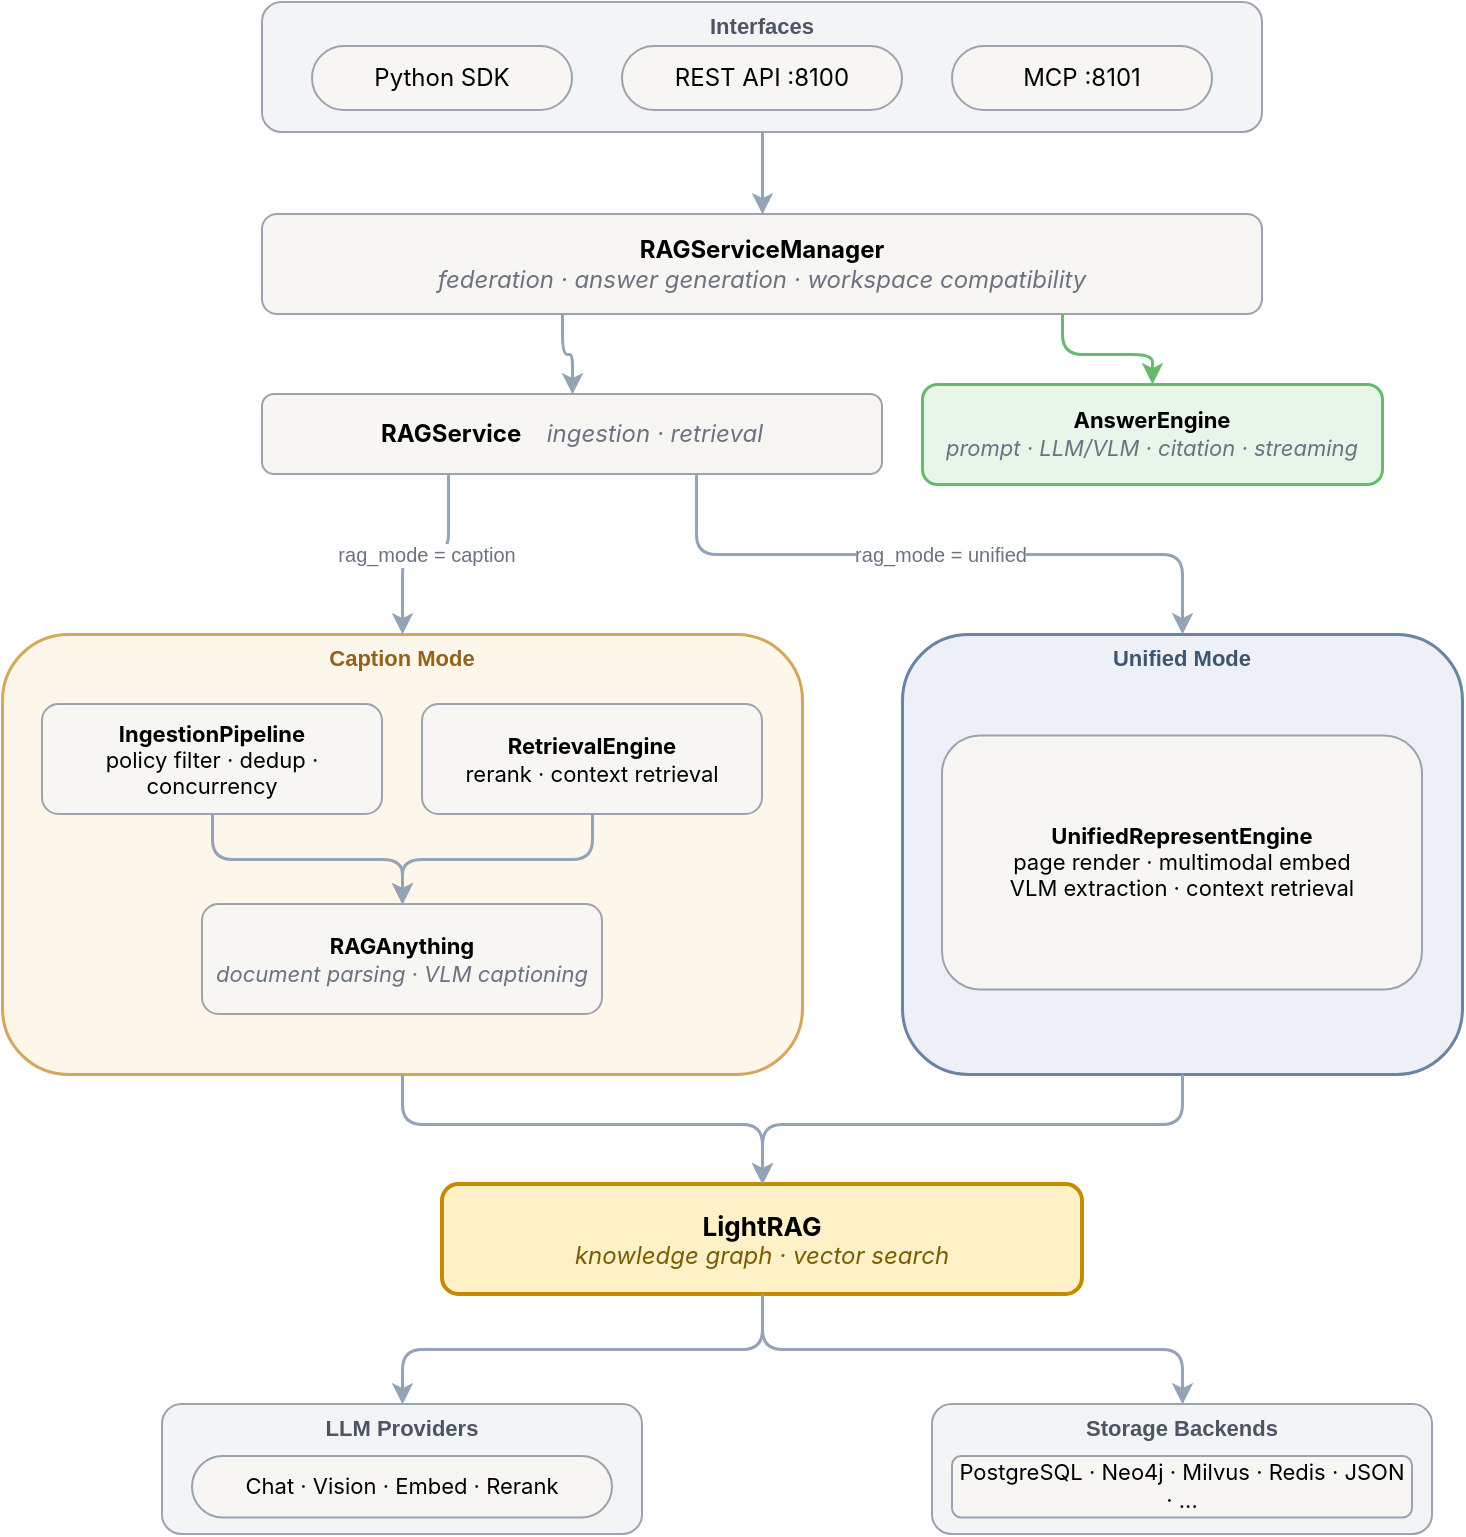
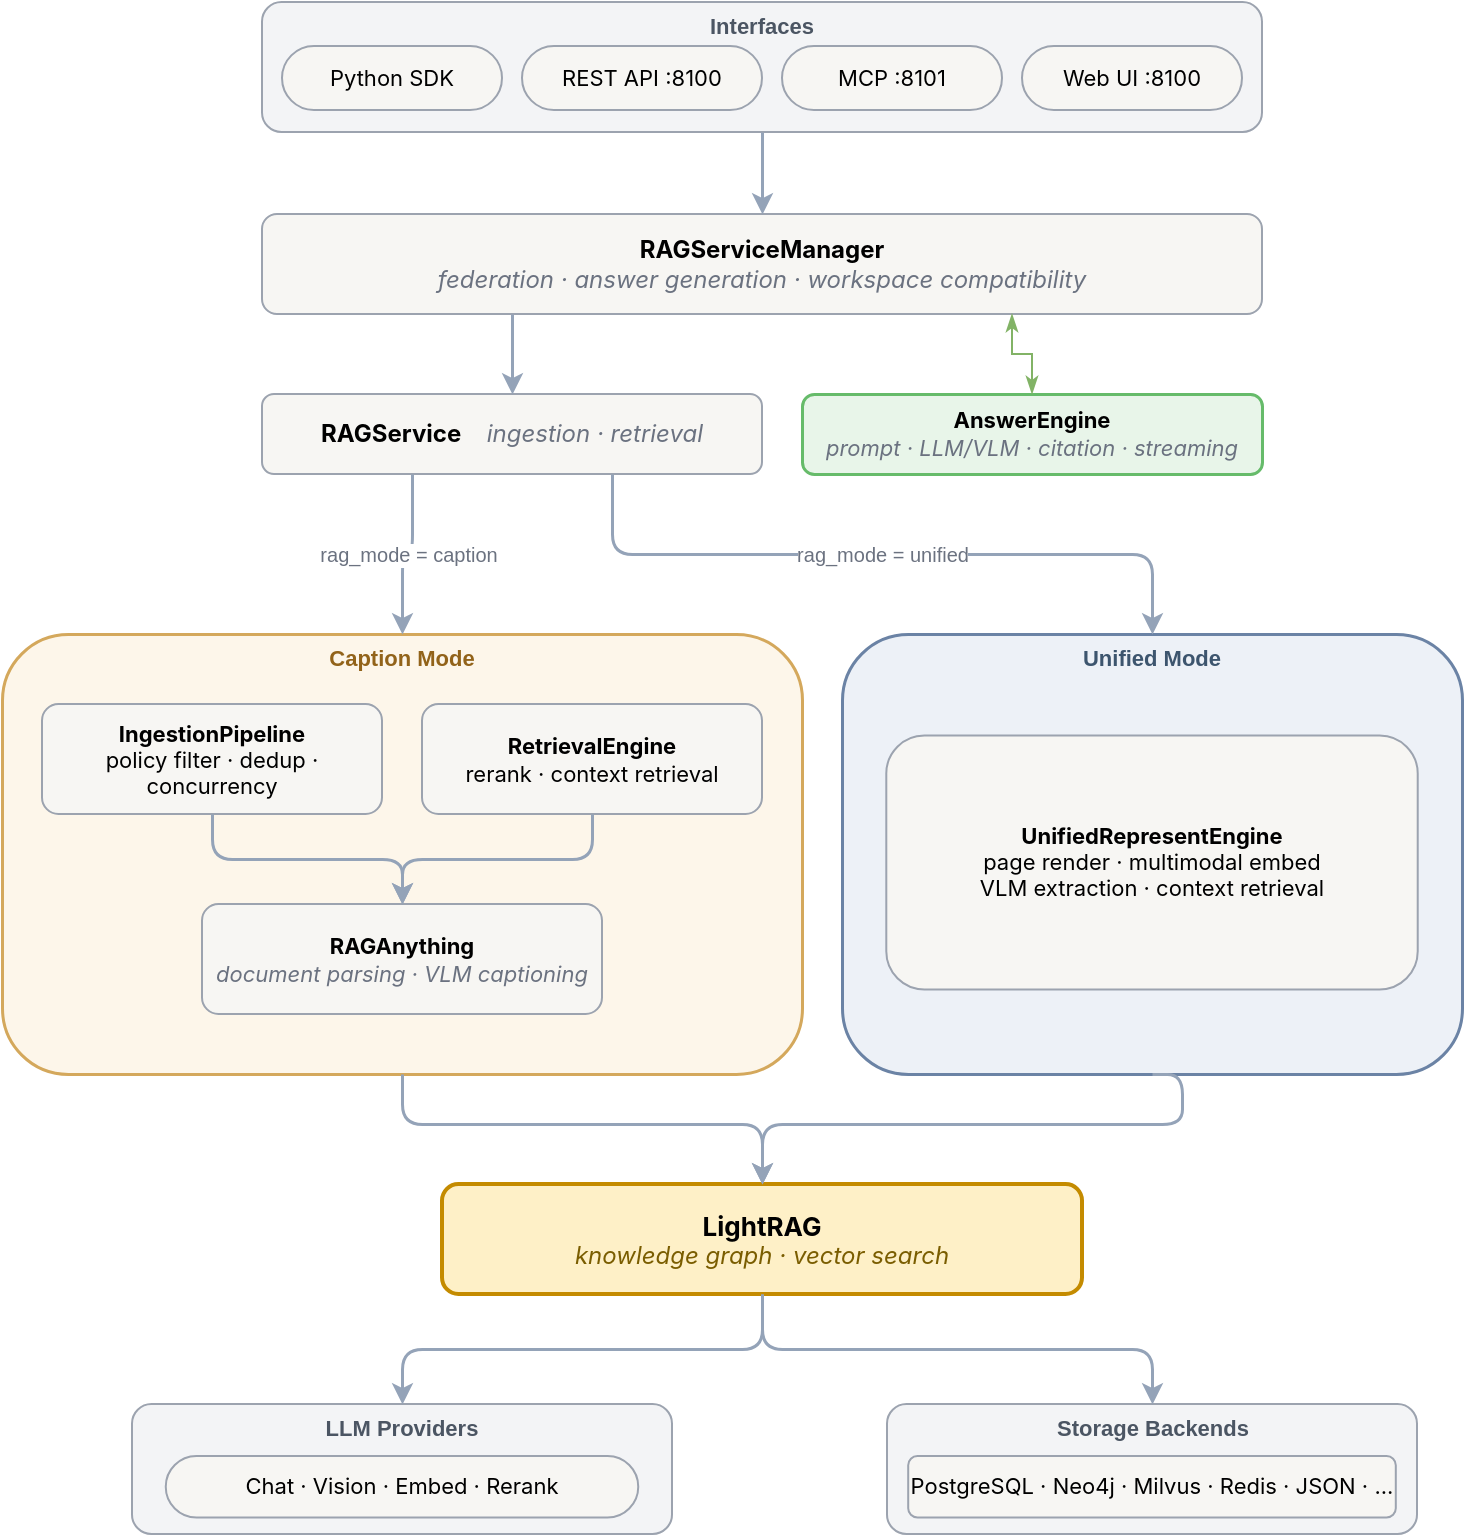
<mxfile host="65bd71144e">
    <diagram name="DlightRAG Architecture" id="arch">
-         <mxGraphModel dx="398" dy="646" grid="1" gridSize="10" guides="1" tooltips="1" connect="1" arrows="1" fold="1" page="0" pageScale="1" pageWidth="850" pageHeight="1100" math="0" shadow="0">
+         <mxGraphModel dx="883" dy="997" grid="1" gridSize="10" guides="1" tooltips="1" connect="1" arrows="1" fold="1" page="0" pageScale="1" pageWidth="850" pageHeight="1100" math="0" shadow="0">
            <root>
                <mxCell id="0"/>
                <mxCell id="1" parent="0"/>
                <mxCell id="interfaces" value="&lt;b style=&#39;font-size:11px;color:#4b5563&#39;&gt;Interfaces&lt;/b&gt;" style="rounded=1;whiteSpace=wrap;html=1;fillColor=#f3f4f6;strokeColor=#9ca3af;strokeWidth=1;verticalAlign=top;spacingTop=-2;container=1;collapsible=0;" parent="1" vertex="1">
                    <mxGeometry x="200" y="-6" width="500" height="65" as="geometry"/>
                </mxCell>
-                 <mxCell id="sdk" value="Python SDK" style="rounded=1;whiteSpace=wrap;html=1;fillColor=#f7f6f3;strokeColor=#9ca3af;fontSize=12;fontFamily=Inter;arcSize=50;" parent="interfaces" vertex="1">
-                     <mxGeometry x="25" y="22" width="130" height="32" as="geometry"/>
+                 <mxCell id="sdk" value="Python SDK" style="rounded=1;whiteSpace=wrap;html=1;fillColor=#f7f6f3;strokeColor=#9ca3af;fontSize=11;fontFamily=Inter;arcSize=50;" parent="interfaces" vertex="1">
+                     <mxGeometry x="10" y="22" width="110" height="32" as="geometry"/>
                </mxCell>
-                 <mxCell id="rest" value="REST API :8100" style="rounded=1;whiteSpace=wrap;html=1;fillColor=#f7f6f3;strokeColor=#9ca3af;fontSize=12;fontFamily=Inter;arcSize=50;" parent="interfaces" vertex="1">
-                     <mxGeometry x="180" y="22" width="140" height="32" as="geometry"/>
+                 <mxCell id="rest" value="REST API :8100" style="rounded=1;whiteSpace=wrap;html=1;fillColor=#f7f6f3;strokeColor=#9ca3af;fontSize=11;fontFamily=Inter;arcSize=50;" parent="interfaces" vertex="1">
+                     <mxGeometry x="130" y="22" width="120" height="32" as="geometry"/>
                </mxCell>
-                 <mxCell id="mcp" value="MCP :8101" style="rounded=1;whiteSpace=wrap;html=1;fillColor=#f7f6f3;strokeColor=#9ca3af;fontSize=12;fontFamily=Inter;arcSize=50;" parent="interfaces" vertex="1">
-                     <mxGeometry x="345" y="22" width="130" height="32" as="geometry"/>
+                 <mxCell id="mcp" value="MCP :8101" style="rounded=1;whiteSpace=wrap;html=1;fillColor=#f7f6f3;strokeColor=#9ca3af;fontSize=11;fontFamily=Inter;arcSize=50;" parent="interfaces" vertex="1">
+                     <mxGeometry x="260" y="22" width="110" height="32" as="geometry"/>
+                 </mxCell>
+                 <mxCell id="webui" value="Web UI :8100" style="rounded=1;whiteSpace=wrap;html=1;fillColor=#f7f6f3;strokeColor=#9ca3af;fontSize=11;fontFamily=Inter;arcSize=50;" vertex="1" parent="interfaces">
+                     <mxGeometry x="380" y="22" width="110" height="32" as="geometry"/>
                </mxCell>
                <mxCell id="rsm" value="&lt;b&gt;RAGServiceManager&lt;/b&gt;&lt;br&gt;&lt;i style=&#39;color:#6b7280&#39;&gt;federation · answer generation · workspace compatibility&lt;/i&gt;" style="rounded=1;whiteSpace=wrap;html=1;fillColor=#f7f6f3;strokeColor=#9ca3af;fontSize=12;fontFamily=Inter;" parent="1" vertex="1">
                    <mxGeometry x="200" y="100" width="500" height="50" as="geometry"/>
                </mxCell>
                <mxCell id="ae" value="&lt;b&gt;AnswerEngine&lt;/b&gt;&lt;br&gt;&lt;i style=&#39;color:#6b7280&#39;&gt;prompt · LLM/VLM · citation · streaming&lt;/i&gt;" style="rounded=1;whiteSpace=wrap;html=1;fillColor=#e8f5e9;strokeColor=#66bb6a;strokeWidth=1.5;fontSize=11;fontFamily=Inter;" parent="1" vertex="1">
-                     <mxGeometry x="530" y="185" width="230" height="50" as="geometry"/>
+                     <mxGeometry x="470" y="190" width="230" height="40" as="geometry"/>
                </mxCell>
                <mxCell id="rs" value="&lt;b&gt;RAGService&lt;/b&gt; &amp;ensp; &lt;i style=&#39;color:#6b7280&#39;&gt;ingestion · retrieval&lt;/i&gt;" style="rounded=1;whiteSpace=wrap;html=1;fillColor=#f7f6f3;strokeColor=#9ca3af;fontSize=12;fontFamily=Inter;" parent="1" vertex="1">
-                     <mxGeometry x="200" y="190" width="310" height="40" as="geometry"/>
+                     <mxGeometry x="200" y="190" width="250" height="40" as="geometry"/>
                </mxCell>
                <mxCell id="caption" value="&lt;b style=&#39;font-size:11px;color:#92631a&#39;&gt;Caption Mode&lt;/b&gt;" style="rounded=1;whiteSpace=wrap;html=1;fillColor=#fdf6ea;strokeColor=#d4a85c;strokeWidth=1.5;verticalAlign=top;spacingTop=-2;container=1;collapsible=0;" parent="1" vertex="1">
                    <mxGeometry x="70" y="310" width="400" height="220" as="geometry"/>
                </mxCell>
                <mxCell id="ip" value="&lt;b&gt;IngestionPipeline&lt;/b&gt;&lt;br&gt;policy filter · dedup · concurrency" style="rounded=1;whiteSpace=wrap;html=1;fillColor=#f7f6f3;strokeColor=#9ca3af;fontSize=11;fontFamily=Inter;" parent="caption" vertex="1">
                    <mxGeometry x="20" y="35" width="170" height="55" as="geometry"/>
                </mxCell>
                <mxCell id="re" value="&lt;b&gt;RetrievalEngine&lt;/b&gt;&lt;br&gt;rerank · context retrieval" style="rounded=1;whiteSpace=wrap;html=1;fillColor=#f7f6f3;strokeColor=#9ca3af;fontSize=11;fontFamily=Inter;" parent="caption" vertex="1">
                    <mxGeometry x="210" y="35" width="170" height="55" as="geometry"/>
                </mxCell>
                <mxCell id="ra" value="&lt;b&gt;RAGAnything&lt;/b&gt;&lt;br&gt;&lt;i style=&#39;color:#6b7280&#39;&gt;document parsing · VLM captioning&lt;/i&gt;" style="rounded=1;whiteSpace=wrap;html=1;fillColor=#f7f6f3;strokeColor=#9ca3af;fontSize=11;fontFamily=Inter;" parent="caption" vertex="1">
                    <mxGeometry x="100" y="135" width="200" height="55" as="geometry"/>
                </mxCell>
                <mxCell id="e5" style="edgeStyle=orthogonalEdgeStyle;rounded=1;orthogonalLoop=1;jettySize=auto;html=1;strokeColor=#94a3b8;strokeWidth=1.5;exitX=0.5;exitY=1;exitDx=0;exitDy=0;entryX=0.5;entryY=0;entryDx=0;entryDy=0;" parent="caption" source="ip" target="ra" edge="1">
                    <mxGeometry relative="1" as="geometry"/>
                </mxCell>
                <mxCell id="e6" style="edgeStyle=orthogonalEdgeStyle;rounded=1;orthogonalLoop=1;jettySize=auto;html=1;strokeColor=#94a3b8;strokeWidth=1.5;exitX=0.5;exitY=1;exitDx=0;exitDy=0;entryX=0.5;entryY=0;entryDx=0;entryDy=0;" parent="caption" source="re" target="ra" edge="1">
                    <mxGeometry relative="1" as="geometry"/>
                </mxCell>
                <mxCell id="unified" value="&lt;b style=&#39;font-size:11px;color:#3d556e&#39;&gt;Unified Mode&lt;/b&gt;" style="rounded=1;whiteSpace=wrap;html=1;fillColor=#edf1f7;strokeColor=#6b83a5;strokeWidth=1.5;verticalAlign=top;spacingTop=-2;container=1;collapsible=0;" parent="1" vertex="1">
-                     <mxGeometry x="520" y="310" width="280" height="220" as="geometry"/>
+                     <mxGeometry x="490" y="310" width="310" height="220" as="geometry"/>
                </mxCell>
                <mxCell id="ure" value="&lt;b&gt;UnifiedRepresentEngine&lt;/b&gt;&lt;br&gt;page render · multimodal embed&lt;br&gt;VLM extraction · context retrieval" style="rounded=1;whiteSpace=wrap;html=1;fillColor=#f7f6f3;strokeColor=#9ca3af;fontSize=11;fontFamily=Inter;" parent="unified" vertex="1">
-                     <mxGeometry x="20" y="50.76923076923077" width="240" height="126.9230769230769" as="geometry"/>
+                     <mxGeometry x="22.142857142857146" y="50.76923076923077" width="265.7142857142857" height="126.9230769230769" as="geometry"/>
                </mxCell>
                <mxCell id="lr" value="&lt;b style=&#39;font-size:13px&#39;&gt;LightRAG&lt;/b&gt;&lt;br&gt;&lt;i style=&#39;color:#7a5d00&#39;&gt;knowledge graph · vector search&lt;/i&gt;" style="rounded=1;whiteSpace=wrap;html=1;fillColor=#fef0c7;strokeColor=#c48b00;strokeWidth=2;fontSize=12;fontFamily=Inter;" parent="1" vertex="1">
                    <mxGeometry x="290" y="585" width="320" height="55" as="geometry"/>
                </mxCell>
                <mxCell id="providers" value="&lt;b style=&#39;font-size:11px;color:#4b5563&#39;&gt;LLM Providers&lt;/b&gt;" style="rounded=1;whiteSpace=wrap;html=1;fillColor=#f3f4f6;strokeColor=#9ca3af;strokeWidth=1;verticalAlign=top;spacingTop=-2;container=1;collapsible=0;" parent="1" vertex="1">
-                     <mxGeometry x="150" y="695" width="240" height="65" as="geometry"/>
+                     <mxGeometry x="135" y="695" width="270" height="65" as="geometry"/>
                </mxCell>
                <mxCell id="p" value="Chat · Vision · Embed · Rerank" style="rounded=1;whiteSpace=wrap;html=1;fillColor=#f7f6f3;strokeColor=#9ca3af;fontSize=11;fontFamily=Inter;arcSize=50;" parent="providers" vertex="1">
-                     <mxGeometry x="15" y="26" width="210" height="30.72727272727273" as="geometry"/>
+                     <mxGeometry x="16.875" y="26" width="236.25" height="30.72727272727273" as="geometry"/>
                </mxCell>
                <mxCell id="storage" value="&lt;b style=&#39;font-size:11px;color:#4b5563&#39;&gt;Storage Backends&lt;/b&gt;" style="rounded=1;whiteSpace=wrap;html=1;fillColor=#f3f4f6;strokeColor=#9ca3af;strokeWidth=1;verticalAlign=top;spacingTop=-2;container=1;collapsible=0;" parent="1" vertex="1">
-                     <mxGeometry x="535" y="695" width="250" height="65" as="geometry"/>
+                     <mxGeometry x="512.5" y="695" width="265" height="65" as="geometry"/>
                </mxCell>
                <mxCell id="s" value="PostgreSQL · Neo4j · Milvus · Redis · JSON · ..." style="rounded=1;whiteSpace=wrap;html=1;fillColor=#f7f6f3;strokeColor=#9ca3af;fontSize=11;fontFamily=Inter;" parent="storage" vertex="1">
-                     <mxGeometry x="10" y="26" width="230" height="30.72727272727273" as="geometry"/>
+                     <mxGeometry x="10.600000000000001" y="26" width="243.8" height="30.72727272727273" as="geometry"/>
                </mxCell>
                <mxCell id="e1" style="edgeStyle=orthogonalEdgeStyle;rounded=1;orthogonalLoop=1;jettySize=auto;html=1;strokeColor=#94a3b8;strokeWidth=1.5;exitX=0.5;exitY=1;exitDx=0;exitDy=0;entryX=0.5;entryY=0;entryDx=0;entryDy=0;" parent="1" source="interfaces" target="rsm" edge="1">
                    <mxGeometry relative="1" as="geometry"/>
                </mxCell>
-                 <mxCell id="e2" style="edgeStyle=orthogonalEdgeStyle;rounded=1;orthogonalLoop=1;jettySize=auto;html=1;strokeColor=#94a3b8;strokeWidth=1.5;exitX=0.3;exitY=1;exitDx=0;exitDy=0;entryX=0.5;entryY=0;entryDx=0;entryDy=0;" parent="1" source="rsm" target="rs" edge="1">
-                     <mxGeometry relative="1" as="geometry"/>
-                 </mxCell>
-                 <mxCell id="e_ae" style="edgeStyle=orthogonalEdgeStyle;rounded=1;orthogonalLoop=1;jettySize=auto;html=1;strokeColor=#66bb6a;strokeWidth=1.5;exitX=0.8;exitY=1;exitDx=0;exitDy=0;entryX=0.5;entryY=0;entryDx=0;entryDy=0;" parent="1" source="rsm" target="ae" edge="1">
+                 <mxCell id="e2" style="edgeStyle=orthogonalEdgeStyle;rounded=1;orthogonalLoop=1;jettySize=auto;html=1;strokeColor=#94a3b8;strokeWidth=1.5;exitX=0.25;exitY=1;exitDx=0;exitDy=0;entryX=0.5;entryY=0;entryDx=0;entryDy=0;" parent="1" source="rsm" target="rs" edge="1">
                    <mxGeometry relative="1" as="geometry"/>
                </mxCell>
                <mxCell id="e3" value="rag_mode = caption" style="edgeStyle=orthogonalEdgeStyle;rounded=1;orthogonalLoop=1;jettySize=auto;html=1;strokeColor=#94a3b8;strokeWidth=1.5;fontSize=10;fontColor=#6b7280;exitX=0.3;exitY=1;exitDx=0;exitDy=0;entryX=0.5;entryY=0;entryDx=0;entryDy=0;" parent="1" source="rs" target="caption" edge="1">
                    <mxGeometry relative="1" as="geometry"/>
                </mxCell>
                <mxCell id="e4" value="rag_mode = unified" style="edgeStyle=orthogonalEdgeStyle;rounded=1;orthogonalLoop=1;jettySize=auto;html=1;strokeColor=#94a3b8;strokeWidth=1.5;fontSize=10;fontColor=#6b7280;exitX=0.7;exitY=1;exitDx=0;exitDy=0;entryX=0.5;entryY=0;entryDx=0;entryDy=0;" parent="1" source="rs" target="unified" edge="1">
                    <mxGeometry relative="1" as="geometry"/>
                </mxCell>
                <mxCell id="e7" style="edgeStyle=orthogonalEdgeStyle;rounded=1;orthogonalLoop=1;jettySize=auto;html=1;strokeColor=#94a3b8;strokeWidth=1.5;exitX=0.5;exitY=1;exitDx=0;exitDy=0;entryX=0.5;entryY=0;entryDx=0;entryDy=0;" parent="1" source="caption" target="lr" edge="1">
                    <mxGeometry relative="1" as="geometry">
                        <mxPoint x="280" y="535" as="sourcePoint"/>
                        <mxPoint x="420" y="580" as="targetPoint"/>
                        <Array as="points">
                            <mxPoint x="270" y="555"/>
                            <mxPoint x="450" y="555"/>
                        </Array>
                    </mxGeometry>
                </mxCell>
                <mxCell id="e8" style="edgeStyle=orthogonalEdgeStyle;rounded=1;orthogonalLoop=1;jettySize=auto;html=1;strokeColor=#94a3b8;strokeWidth=1.5;entryX=0.5;entryY=0;entryDx=0;entryDy=0;exitX=0.5;exitY=1;exitDx=0;exitDy=0;" parent="1" source="unified" target="lr" edge="1">
                    <mxGeometry relative="1" as="geometry">
                        <mxPoint x="660" y="530" as="sourcePoint"/>
                        <mxPoint x="450" y="580" as="targetPoint"/>
                        <Array as="points">
                            <mxPoint x="660" y="555"/>
                            <mxPoint x="450" y="555"/>
                        </Array>
                    </mxGeometry>
                </mxCell>
                <mxCell id="e9" style="edgeStyle=orthogonalEdgeStyle;rounded=1;orthogonalLoop=1;jettySize=auto;html=1;strokeColor=#94a3b8;strokeWidth=1.5;exitX=0.5;exitY=1;exitDx=0;exitDy=0;entryX=0.5;entryY=0;entryDx=0;entryDy=0;" parent="1" source="lr" target="providers" edge="1">
                    <mxGeometry relative="1" as="geometry"/>
                </mxCell>
                <mxCell id="e10" style="edgeStyle=orthogonalEdgeStyle;rounded=1;orthogonalLoop=1;jettySize=auto;html=1;strokeColor=#94a3b8;strokeWidth=1.5;exitX=0.5;exitY=1;exitDx=0;exitDy=0;entryX=0.5;entryY=0;entryDx=0;entryDy=0;" parent="1" source="lr" target="storage" edge="1">
                    <mxGeometry relative="1" as="geometry"/>
                </mxCell>
+                 <mxCell id="4" value="" style="endArrow=classicThin;startArrow=classicThin;html=1;entryX=0.75;entryY=1;entryDx=0;entryDy=0;exitX=0.5;exitY=0;exitDx=0;exitDy=0;edgeStyle=orthogonalEdgeStyle;fillColor=#d5e8d4;strokeColor=#82b366;startFill=1;endFill=1;rounded=0;curved=0;" edge="1" parent="1" source="ae" target="rsm">
+                     <mxGeometry width="50" height="50" relative="1" as="geometry">
+                         <mxPoint x="410" y="230" as="sourcePoint"/>
+                         <mxPoint x="460" y="180" as="targetPoint"/>
+                     </mxGeometry>
+                 </mxCell>
            </root>
        </mxGraphModel>
    </diagram>
</mxfile>